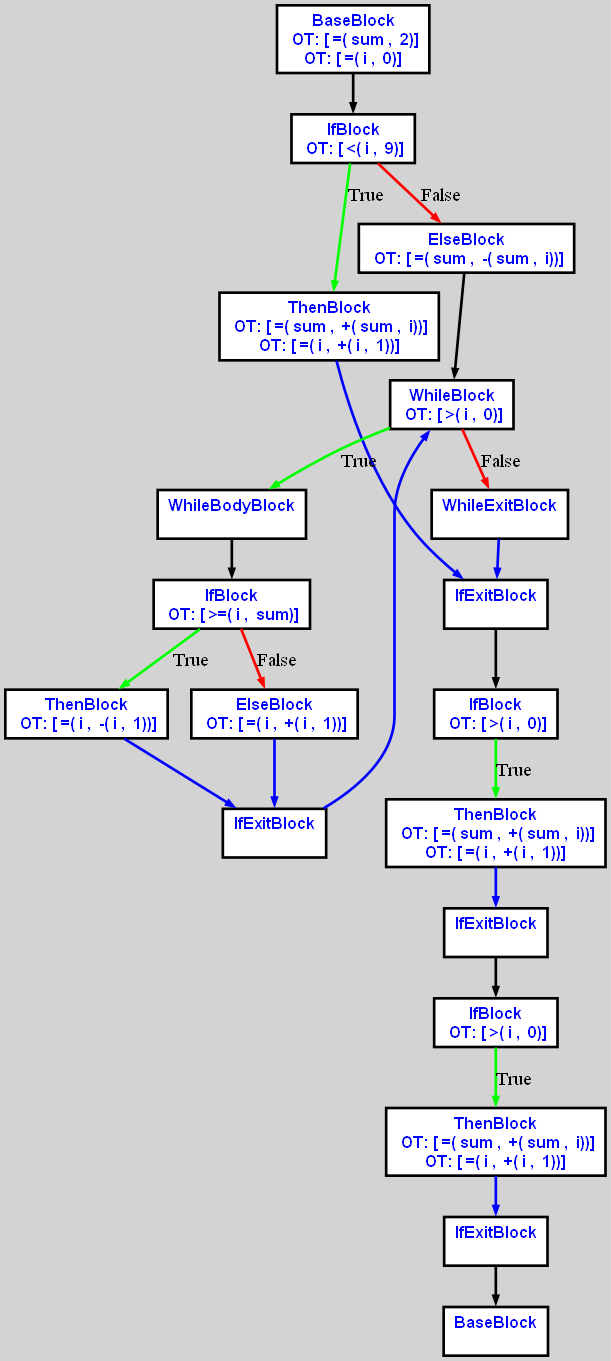
Earlier version of the Graphviz export cpoCompilerWin/cfgi0.dot.png (aveen007/CountingMonkeys). Its source is kept beside it as cpoCompilerWin/cfgi0.dot.
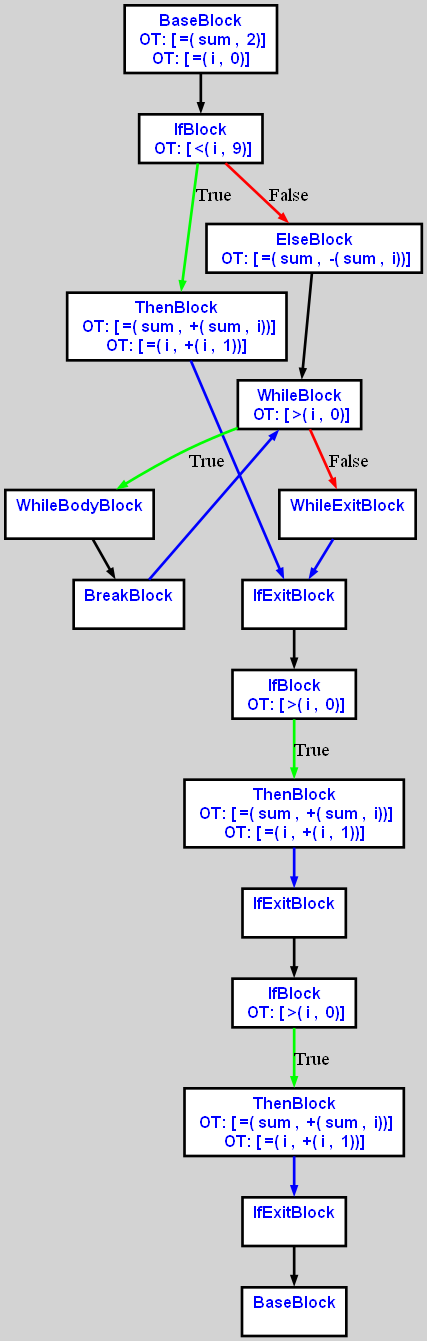
Later version of the same file.

Diff of the diagram source:
```diff
@@ -4,60 +4,50 @@
 bgcolor="lightgrey";  node [shape=box, fixedsize=false, fontsize=12, fontname="Helvetica-bold", fontcolor="blue"
 width=.25, height=.25, color="black", fillcolor="white", style="filled, solid, bold"];
 
-edge [arrowsize=.5, color="black", style="bold"]    n000012A765F23090 [label="BaseBlock\n OT: [ =( sum ,  2)]
+edge [arrowsize=.5, color="black", style="bold"]    n000011984D7A3090 [label="BaseBlock\n OT: [ =( sum ,  2)]
 OT: [ =( i ,  0)]
 "]
-    n000012A765F23150 [label="IfBlock\n OT: [ <( i ,  9)]
+    n000011984D7A3150 [label="IfBlock\n OT: [ <( i ,  9)]
 "]
-    n000012A765F23090 -> n000012A765F23150
-    n000012A765F23150 -> n000012A765F23190 [label="True" color="green"]
-    n000012A765F23190 [label="ThenBlock\n OT: [ =( sum ,  +( sum ,  i))]
+    n000011984D7A3090 -> n000011984D7A3150
+    n000011984D7A3150 -> n000011984D7A3190 [label="True" color="green"]
+    n000011984D7A3190 [label="ThenBlock\n OT: [ =( sum ,  +( sum ,  i))]
 OT: [ =( i ,  +( i ,  1))]
 "]
-    n000012A765F23150 -> n000012A765F231D0 [label="False" color="red"]
-    n000012A765F231D0 [label="ElseBlock\n OT: [ =( sum ,  -( sum ,  i))]
+    n000011984D7A3150 -> n000011984D7A31D0 [label="False" color="red"]
+    n000011984D7A31D0 [label="ElseBlock\n OT: [ =( sum ,  -( sum ,  i))]
 "]
-    n000012A765F23210 [label="WhileBlock\n OT: [ >( i ,  0)]
+    n000011984D7A3210 [label="WhileBlock\n OT: [ >( i ,  0)]
 "]
-    n000012A765F231D0 -> n000012A765F23210
-	   n000012A765F23210 -> n000012A765F23250 [ label = "True" color="green"]
-    n000012A765F23250 [label="WhileBodyBlock\n "]
-    n000012A765F23290 [label="IfBlock\n OT: [ >=( i ,  sum)]
+    n000011984D7A31D0 -> n000011984D7A3210
+	   n000011984D7A3210 -> n000011984D7A3250 [ label = "True" color="green"]
+    n000011984D7A3250 [label="WhileBodyBlock\n "]
+    n000011984D7A3290 [label="BreakBlock\n "]
+    n000011984D7A3250 -> n000011984D7A3290
+    n000011984D7A3290 -> n000011984D7A3210 [ color="blue"]
+	   n000011984D7A3210 -> n000011984D7A33D0 [ label = "False" color="red"]
+    n000011984D7A33D0 [label="WhileExitBlock\n "]
+    n000011984D7A33D0 -> n000011984D7A3410 [color="blue"]
+    n000011984D7A3190 -> n000011984D7A3410 [ color="blue"]
+    n000011984D7A3410 [label="IfExitBlock\n "]
+    n000011984D7A3450 [label="IfBlock\n OT: [ >( i ,  0)]
 "]
-    n000012A765F23250 -> n000012A765F23290
-    n000012A765F23290 -> n000012A765F232D0 [label="True" color="green"]
-    n000012A765F232D0 [label="ThenBlock\n OT: [ =( i ,  -( i ,  1))]
-"]
-    n000012A765F23290 -> n000012A765F23310 [label="False" color="red"]
-    n000012A765F23310 [label="ElseBlock\n OT: [ =( i ,  +( i ,  1))]
-"]
-    n000012A765F23310 -> n000012A765F23350 [color="blue"]
-    n000012A765F232D0 -> n000012A765F23350 [ color="blue"]
-    n000012A765F23350 [label="IfExitBlock\n "]
-    n000012A765F23350 -> n000012A765F23210 [ color="blue"]
-	   n000012A765F23210 -> n000012A765F23390 [ label = "False" color="red"]
-    n000012A765F23390 [label="WhileExitBlock\n "]
-    n000012A765F23390 -> n000012A765F233D0 [color="blue"]
-    n000012A765F23190 -> n000012A765F233D0 [ color="blue"]
-    n000012A765F233D0 [label="IfExitBlock\n "]
-    n000012A765F23410 [label="IfBlock\n OT: [ >( i ,  0)]
-"]
-    n000012A765F233D0 -> n000012A765F23410
-    n000012A765F23410 -> n000012A765F23450 [label="True" color="green"]
-    n000012A765F23450 [label="ThenBlock\n OT: [ =( sum ,  +( sum ,  i))]
+    n000011984D7A3410 -> n000011984D7A3450
+    n000011984D7A3450 -> n000011984D7A3490 [label="True" color="green"]
+    n000011984D7A3490 [label="ThenBlock\n OT: [ =( sum ,  +( sum ,  i))]
 OT: [ =( i ,  +( i ,  1))]
 "]
-    n000012A765F23450 -> n000012A765F23490 [ color="blue"]
-    n000012A765F23490 [label="IfExitBlock\n "]
-    n000012A765F234D0 [label="IfBlock\n OT: [ >( i ,  0)]
+    n000011984D7A3490 -> n000011984D7A34D0 [ color="blue"]
+    n000011984D7A34D0 [label="IfExitBlock\n "]
+    n000011984D7A3510 [label="IfBlock\n OT: [ >( i ,  0)]
 "]
-    n000012A765F23490 -> n000012A765F234D0
-    n000012A765F234D0 -> n000012A765F23510 [label="True" color="green"]
-    n000012A765F23510 [label="ThenBlock\n OT: [ =( sum ,  +( sum ,  i))]
+    n000011984D7A34D0 -> n000011984D7A3510
+    n000011984D7A3510 -> n000011984D7A3550 [label="True" color="green"]
+    n000011984D7A3550 [label="ThenBlock\n OT: [ =( sum ,  +( sum ,  i))]
 OT: [ =( i ,  +( i ,  1))]
 "]
-    n000012A765F23510 -> n000012A765F23550 [ color="blue"]
-    n000012A765F23550 [label="IfExitBlock\n "]
-    n000012A765F23590 [label="BaseBlock\n "]
-    n000012A765F23550 -> n000012A765F23590
+    n000011984D7A3550 -> n000011984D7A3590 [ color="blue"]
+    n000011984D7A3590 [label="IfExitBlock\n "]
+    n000011984D7A35D0 [label="BaseBlock\n "]
+    n000011984D7A3590 -> n000011984D7A35D0
 }
```
